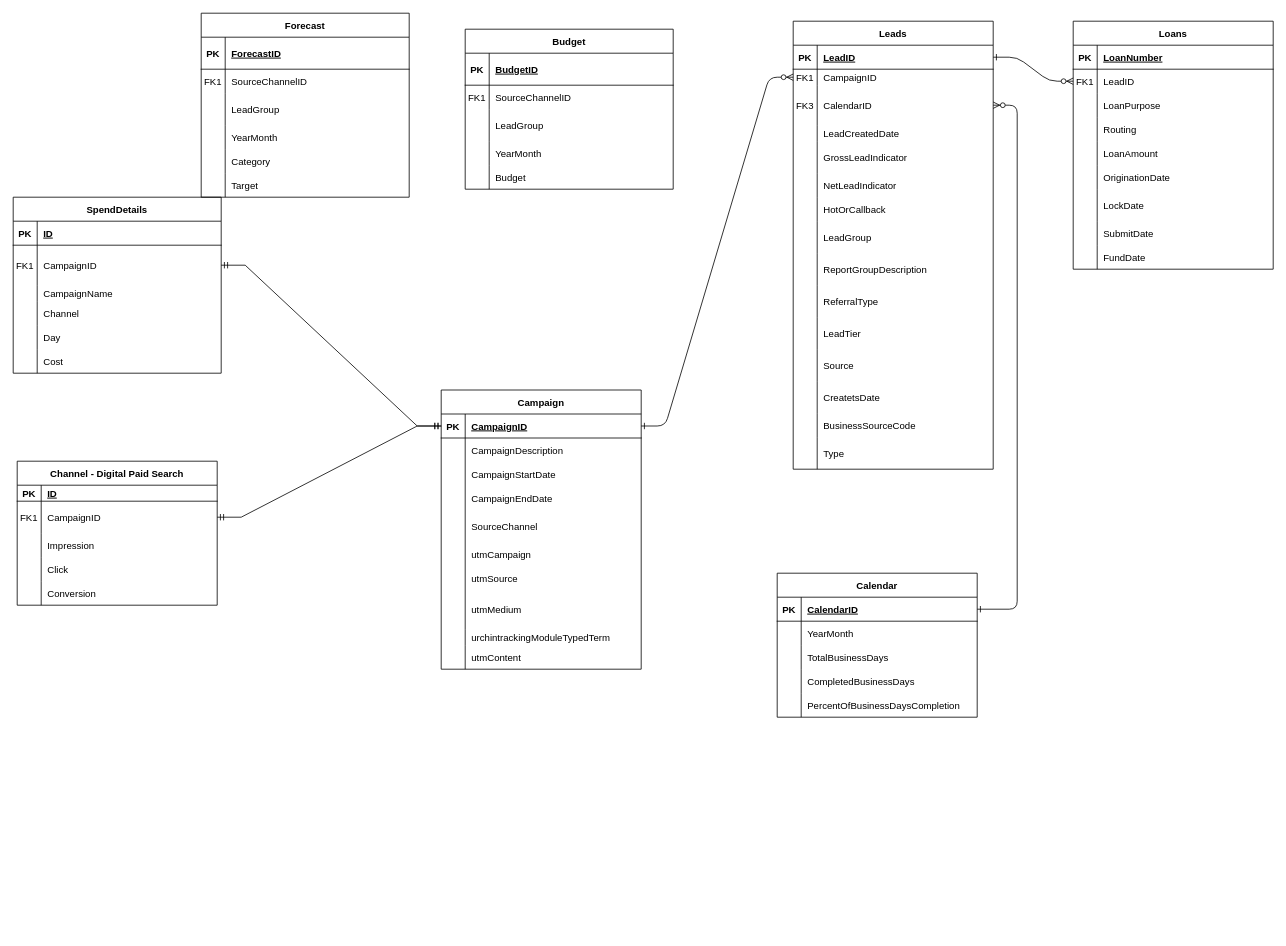
Above: page "Revised Version - July 17" (2 of 3) of Untitled Diagram.drawio in Dharani-18/CODEKATA (draw.io), before the change. Source tidied: cells renumbered, new cells numbered last; positions are measured from the earlier drawing's top-left corner, leaving out a move shared by most shapes. Both pictures are drawn from the tidied source at 80%, with x=0, y=0 at pixel (13, 13).
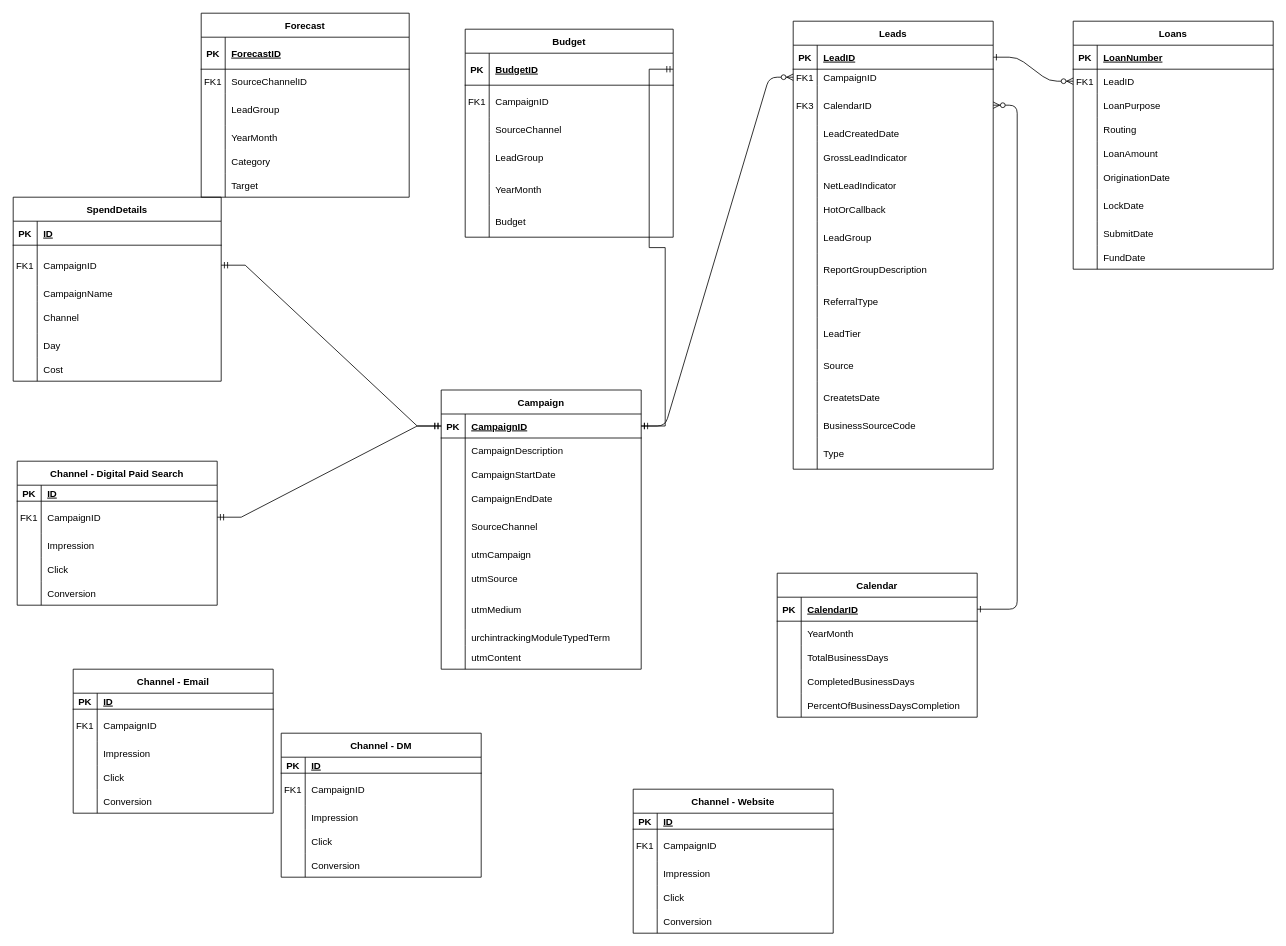
After the change.

The change refers to these unchanged cells:
```xml
<mxCell id="149" style="shape=partialRectangle;fillColor=none;points=[[0,0.5],[1,0.5]];portConstraint=eastwest;top=0;left=0;right=0;bottom=1;" parent="148" vertex="1">
  <mxGeometry y="30" width="250" height="30" as="geometry" />
</mxCell>
```

Change to the diagram source:
```diff
@@
-    <mxCell id="18" value="Budget" style="shape=table;startSize=30;childLayout=tableLayout;rowLines=0;fontStyle=1;align=center;" parent="1" vertex="1">
-      <mxGeometry x="565" y="20" width="260" height="200" as="geometry" />
-    </mxCell>
-    <mxCell id="19" style="shape=partialRectangle;fillColor=none;points=[[0,0.5],[1,0.5]];portConstraint=eastwest;top=0;left=0;right=0;bottom=1;" parent="18" vertex="1">
-      <mxGeometry y="30" width="260" height="40" as="geometry" />
-    </mxCell>
-    <mxCell id="20" value="PK" style="shape=partialRectangle;overflow=hidden;fillColor=none;top=0;left=0;bottom=0;right=0;fontStyle=1;" parent="19" vertex="1">
-      <mxGeometry width="30" height="40" as="geometry" />
-    </mxCell>
-    <mxCell id="21" value="BudgetID" style="shape=partialRectangle;overflow=hidden;fillColor=none;top=0;left=0;bottom=0;right=0;align=left;spacingLeft=6;fontStyle=5;" parent="19" vertex="1">
-      <mxGeometry x="30" width="230" height="40" as="geometry" />
-    </mxCell>
-    <mxCell id="22" style="shape=partialRectangle;fillColor=none;top=0;left=0;right=0;bottom=0;" parent="18" vertex="1">
-      <mxGeometry y="70" width="260" height="30" as="geometry" />
-    </mxCell>
-    <mxCell id="23" value="FK1" style="shape=partialRectangle;overflow=hidden;fillColor=none;top=0;left=0;bottom=0;right=0;" parent="22" vertex="1">
-      <mxGeometry width="30" height="30" as="geometry" />
-    </mxCell>
-    <mxCell id="24" value="SourceChannelID" style="shape=partialRectangle;overflow=hidden;fillColor=none;top=0;left=0;bottom=0;right=0;align=left;spacingLeft=6;" parent="22" vertex="1">
-      <mxGeometry x="30" width="230" height="30" as="geometry" />
-    </mxCell>
-    <mxCell id="25" style="shape=partialRectangle;fillColor=none;top=0;left=0;right=0;bottom=0;" parent="18" vertex="1">
-      <mxGeometry y="100" width="260" height="40" as="geometry" />
-    </mxCell>
-    <mxCell id="26" style="shape=partialRectangle;overflow=hidden;fillColor=none;top=0;left=0;bottom=0;right=0;" parent="25" vertex="1">
-      <mxGeometry width="30" height="40" as="geometry" />
-    </mxCell>
-    <mxCell id="27" value="LeadGroup" style="shape=partialRectangle;overflow=hidden;fillColor=none;top=0;left=0;bottom=0;right=0;align=left;spacingLeft=6;" parent="25" vertex="1">
-      <mxGeometry x="30" width="230" height="40" as="geometry" />
-    </mxCell>
-    <mxCell id="28" style="shape=partialRectangle;fillColor=none;top=0;left=0;right=0;bottom=0;" parent="18" vertex="1">
-      <mxGeometry y="140" width="260" height="30" as="geometry" />
-    </mxCell>
-    <mxCell id="29" style="shape=partialRectangle;overflow=hidden;fillColor=none;top=0;left=0;bottom=0;right=0;" parent="28" vertex="1">
-      <mxGeometry width="30" height="30" as="geometry" />
-    </mxCell>
-    <mxCell id="30" value="YearMonth" style="shape=partialRectangle;overflow=hidden;fillColor=none;top=0;left=0;bottom=0;right=0;align=left;spacingLeft=6;" parent="28" vertex="1">
-      <mxGeometry x="30" width="230" height="30" as="geometry" />
-    </mxCell>
-    <mxCell id="31" style="shape=partialRectangle;fillColor=none;top=0;left=0;right=0;bottom=0;" parent="18" vertex="1">
-      <mxGeometry y="170" width="260" height="30" as="geometry" />
-    </mxCell>
-    <mxCell id="32" style="shape=partialRectangle;overflow=hidden;fillColor=none;top=0;left=0;bottom=0;right=0;" parent="31" vertex="1">
-      <mxGeometry width="30" height="30" as="geometry" />
-    </mxCell>
-    <mxCell id="33" value="Budget" style="shape=partialRectangle;overflow=hidden;fillColor=none;top=0;left=0;bottom=0;right=0;align=left;spacingLeft=6;" parent="31" vertex="1">
-      <mxGeometry x="30" width="230" height="30" as="geometry" />
-    </mxCell>
@@
+    <mxCell id="18" value="Budget" style="shape=table;startSize=30;childLayout=tableLayout;rowLines=0;fontStyle=1;align=center;" parent="1" vertex="1">
+      <mxGeometry x="565" y="20" width="260" height="260" as="geometry" />
+    </mxCell>
+    <mxCell id="19" style="shape=partialRectangle;fillColor=none;points=[[0,0.5],[1,0.5]];portConstraint=eastwest;top=0;left=0;right=0;bottom=1;" parent="18" vertex="1">
+      <mxGeometry y="30" width="260" height="40" as="geometry" />
+    </mxCell>
+    <mxCell id="20" value="PK" style="shape=partialRectangle;overflow=hidden;fillColor=none;top=0;left=0;bottom=0;right=0;fontStyle=1;" parent="19" vertex="1">
+      <mxGeometry width="30" height="40" as="geometry" />
+    </mxCell>
+    <mxCell id="21" value="BudgetID" style="shape=partialRectangle;overflow=hidden;fillColor=none;top=0;left=0;bottom=0;right=0;align=left;spacingLeft=6;fontStyle=5;" parent="19" vertex="1">
+      <mxGeometry x="30" width="230" height="40" as="geometry" />
+    </mxCell>
+    <mxCell id="198" style="shape=partialRectangle;fillColor=none;top=0;left=0;right=0;bottom=0;" parent="18" vertex="1">
+      <mxGeometry y="70" width="260" height="40" as="geometry" />
+    </mxCell>
+    <mxCell id="199" value="FK1" style="shape=partialRectangle;overflow=hidden;fillColor=none;top=0;left=0;bottom=0;right=0;" parent="198" vertex="1">
+      <mxGeometry width="30" height="40" as="geometry" />
+    </mxCell>
+    <mxCell id="200" value="CampaignID" style="shape=partialRectangle;overflow=hidden;fillColor=none;top=0;left=0;bottom=0;right=0;align=left;spacingLeft=6;" parent="198" vertex="1">
+      <mxGeometry x="30" width="230" height="40" as="geometry" />
+    </mxCell>
+    <mxCell id="22" style="shape=partialRectangle;fillColor=none;top=0;left=0;right=0;bottom=0;" parent="18" vertex="1">
+      <mxGeometry y="110" width="260" height="30" as="geometry" />
+    </mxCell>
+    <mxCell id="23" style="shape=partialRectangle;overflow=hidden;fillColor=none;top=0;left=0;bottom=0;right=0;" parent="22" vertex="1">
+      <mxGeometry width="30" height="30" as="geometry" />
+    </mxCell>
+    <mxCell id="24" value="SourceChannel" style="shape=partialRectangle;overflow=hidden;fillColor=none;top=0;left=0;bottom=0;right=0;align=left;spacingLeft=6;" parent="22" vertex="1">
+      <mxGeometry x="30" width="230" height="30" as="geometry" />
+    </mxCell>
+    <mxCell id="25" style="shape=partialRectangle;fillColor=none;top=0;left=0;right=0;bottom=0;" parent="18" vertex="1">
+      <mxGeometry y="140" width="260" height="40" as="geometry" />
+    </mxCell>
+    <mxCell id="26" style="shape=partialRectangle;overflow=hidden;fillColor=none;top=0;left=0;bottom=0;right=0;" parent="25" vertex="1">
+      <mxGeometry width="30" height="40" as="geometry" />
+    </mxCell>
+    <mxCell id="27" value="LeadGroup" style="shape=partialRectangle;overflow=hidden;fillColor=none;top=0;left=0;bottom=0;right=0;align=left;spacingLeft=6;" parent="25" vertex="1">
+      <mxGeometry x="30" width="230" height="40" as="geometry" />
+    </mxCell>
+    <mxCell id="28" style="shape=partialRectangle;fillColor=none;top=0;left=0;right=0;bottom=0;" parent="18" vertex="1">
+      <mxGeometry y="180" width="260" height="40" as="geometry" />
+    </mxCell>
+    <mxCell id="29" style="shape=partialRectangle;overflow=hidden;fillColor=none;top=0;left=0;bottom=0;right=0;" parent="28" vertex="1">
+      <mxGeometry width="30" height="40" as="geometry" />
+    </mxCell>
+    <mxCell id="30" value="YearMonth" style="shape=partialRectangle;overflow=hidden;fillColor=none;top=0;left=0;bottom=0;right=0;align=left;spacingLeft=6;" parent="28" vertex="1">
+      <mxGeometry x="30" width="230" height="40" as="geometry" />
+    </mxCell>
+    <mxCell id="31" style="shape=partialRectangle;fillColor=none;top=0;left=0;right=0;bottom=0;" parent="18" vertex="1">
+      <mxGeometry y="220" width="260" height="40" as="geometry" />
+    </mxCell>
+    <mxCell id="32" style="shape=partialRectangle;overflow=hidden;fillColor=none;top=0;left=0;bottom=0;right=0;" parent="31" vertex="1">
+      <mxGeometry width="30" height="40" as="geometry" />
+    </mxCell>
+    <mxCell id="33" value="Budget" style="shape=partialRectangle;overflow=hidden;fillColor=none;top=0;left=0;bottom=0;right=0;align=left;spacingLeft=6;" parent="31" vertex="1">
+      <mxGeometry x="30" width="230" height="40" as="geometry" />
+    </mxCell>
@@
     <mxCell id="127" value="SpendDetails" style="shape=table;startSize=30;childLayout=tableLayout;rowLines=0;fontStyle=1;align=center;" parent="1" vertex="1">
-      <mxGeometry y="230" width="260" height="220" as="geometry" />
+      <mxGeometry y="230" width="260" height="230" as="geometry" />
     </mxCell>
@@
     <mxCell id="137" style="shape=partialRectangle;fillColor=none;top=0;left=0;right=0;bottom=0;" parent="127" vertex="1">
-      <mxGeometry y="130" width="260" height="30" as="geometry" />
+      <mxGeometry y="130" width="260" height="40" as="geometry" />
     </mxCell>
     <mxCell id="138" style="shape=partialRectangle;overflow=hidden;fillColor=none;top=0;left=0;bottom=0;right=0;" parent="137" vertex="1">
-      <mxGeometry width="30" height="30" as="geometry" />
+      <mxGeometry width="30" height="40" as="geometry" />
     </mxCell>
     <mxCell id="139" value="Channel" style="shape=partialRectangle;overflow=hidden;fillColor=none;top=0;left=0;bottom=0;right=0;align=left;spacingLeft=6;" parent="137" vertex="1">
-      <mxGeometry x="30" width="230" height="30" as="geometry" />
+      <mxGeometry x="30" width="230" height="40" as="geometry" />
     </mxCell>
     <mxCell id="140" style="shape=partialRectangle;fillColor=none;top=0;left=0;right=0;bottom=0;" parent="127" vertex="1">
-      <mxGeometry y="160" width="260" height="30" as="geometry" />
+      <mxGeometry y="170" width="260" height="30" as="geometry" />
     </mxCell>
@@
     <mxCell id="143" style="shape=partialRectangle;fillColor=none;top=0;left=0;right=0;bottom=0;" parent="127" vertex="1">
-      <mxGeometry y="190" width="260" height="30" as="geometry" />
+      <mxGeometry y="200" width="260" height="30" as="geometry" />
     </mxCell>
@@
+    <mxCell id="201" value="Channel - Email" style="shape=table;startSize=30;childLayout=tableLayout;rowLines=0;fontStyle=1;align=center;" parent="1" vertex="1">
+      <mxGeometry x="75" y="820" width="250" height="180" as="geometry" />
+    </mxCell>
+    <mxCell id="202" style="shape=partialRectangle;fillColor=none;top=0;left=0;right=0;bottom=1;" parent="201" vertex="1">
+      <mxGeometry y="30" width="250" height="20" as="geometry" />
+    </mxCell>
+    <mxCell id="203" value="PK" style="shape=partialRectangle;overflow=hidden;fillColor=none;top=0;left=0;bottom=0;right=0;fontStyle=1;" parent="202" vertex="1">
+      <mxGeometry width="30" height="20" as="geometry" />
+    </mxCell>
+    <mxCell id="204" value="ID" style="shape=partialRectangle;overflow=hidden;fillColor=none;top=0;left=0;bottom=0;right=0;align=left;spacingLeft=6;fontStyle=5;" parent="202" vertex="1">
+      <mxGeometry x="30" width="220" height="20" as="geometry" />
+    </mxCell>
+    <mxCell id="205" style="shape=partialRectangle;fillColor=none;top=0;left=0;right=0;bottom=0;" parent="201" vertex="1">
+      <mxGeometry y="50" width="250" height="40" as="geometry" />
+    </mxCell>
+    <mxCell id="206" value="FK1" style="shape=partialRectangle;overflow=hidden;fillColor=none;top=0;left=0;bottom=0;right=0;" parent="205" vertex="1">
+      <mxGeometry width="30" height="40" as="geometry" />
+    </mxCell>
+    <mxCell id="207" value="CampaignID" style="shape=partialRectangle;overflow=hidden;fillColor=none;top=0;left=0;bottom=0;right=0;align=left;spacingLeft=6;" parent="205" vertex="1">
+      <mxGeometry x="30" width="220" height="40" as="geometry" />
+    </mxCell>
+    <mxCell id="208" style="shape=partialRectangle;fillColor=none;top=0;left=0;right=0;bottom=0;" parent="201" vertex="1">
+      <mxGeometry y="90" width="250" height="30" as="geometry" />
+    </mxCell>
+    <mxCell id="209" style="shape=partialRectangle;overflow=hidden;fillColor=none;top=0;left=0;bottom=0;right=0;" parent="208" vertex="1">
+      <mxGeometry width="30" height="30" as="geometry" />
+    </mxCell>
+    <mxCell id="210" value="Impression" style="shape=partialRectangle;overflow=hidden;fillColor=none;top=0;left=0;bottom=0;right=0;align=left;spacingLeft=6;" parent="208" vertex="1">
+      <mxGeometry x="30" width="220" height="30" as="geometry" />
+    </mxCell>
+    <mxCell id="211" style="shape=partialRectangle;fillColor=none;top=0;left=0;right=0;bottom=0;" parent="201" vertex="1">
+      <mxGeometry y="120" width="250" height="30" as="geometry" />
+    </mxCell>
+    <mxCell id="212" style="shape=partialRectangle;overflow=hidden;fillColor=none;top=0;left=0;bottom=0;right=0;" parent="211" vertex="1">
+      <mxGeometry width="30" height="30" as="geometry" />
+    </mxCell>
+    <mxCell id="213" value="Click" style="shape=partialRectangle;overflow=hidden;fillColor=none;top=0;left=0;bottom=0;right=0;align=left;spacingLeft=6;" parent="211" vertex="1">
+      <mxGeometry x="30" width="220" height="30" as="geometry" />
+    </mxCell>
+    <mxCell id="214" style="shape=partialRectangle;fillColor=none;top=0;left=0;right=0;bottom=0;" parent="201" vertex="1">
+      <mxGeometry y="150" width="250" height="30" as="geometry" />
+    </mxCell>
+    <mxCell id="215" style="shape=partialRectangle;overflow=hidden;fillColor=none;top=0;left=0;bottom=0;right=0;" parent="214" vertex="1">
+      <mxGeometry width="30" height="30" as="geometry" />
+    </mxCell>
+    <mxCell id="216" value="Conversion" style="shape=partialRectangle;overflow=hidden;fillColor=none;top=0;left=0;bottom=0;right=0;align=left;spacingLeft=6;" parent="214" vertex="1">
+      <mxGeometry x="30" width="220" height="30" as="geometry" />
+    </mxCell>
+    <mxCell id="217" value="Channel - DM" style="shape=table;startSize=30;childLayout=tableLayout;rowLines=0;fontStyle=1;align=center;" parent="1" vertex="1">
+      <mxGeometry x="335" y="900" width="250" height="180" as="geometry" />
+    </mxCell>
+    <mxCell id="218" style="shape=partialRectangle;fillColor=none;top=0;left=0;right=0;bottom=1;" parent="217" vertex="1">
+      <mxGeometry y="30" width="250" height="20" as="geometry" />
+    </mxCell>
+    <mxCell id="219" value="PK" style="shape=partialRectangle;overflow=hidden;fillColor=none;top=0;left=0;bottom=0;right=0;fontStyle=1;" parent="218" vertex="1">
+      <mxGeometry width="30" height="20" as="geometry" />
+    </mxCell>
+    <mxCell id="220" value="ID" style="shape=partialRectangle;overflow=hidden;fillColor=none;top=0;left=0;bottom=0;right=0;align=left;spacingLeft=6;fontStyle=5;" parent="218" vertex="1">
+      <mxGeometry x="30" width="220" height="20" as="geometry" />
+    </mxCell>
+    <mxCell id="221" style="shape=partialRectangle;fillColor=none;top=0;left=0;right=0;bottom=0;" parent="217" vertex="1">
+      <mxGeometry y="50" width="250" height="40" as="geometry" />
+    </mxCell>
+    <mxCell id="222" value="FK1" style="shape=partialRectangle;overflow=hidden;fillColor=none;top=0;left=0;bottom=0;right=0;" parent="221" vertex="1">
+      <mxGeometry width="30" height="40" as="geometry" />
+    </mxCell>
+    <mxCell id="223" value="CampaignID" style="shape=partialRectangle;overflow=hidden;fillColor=none;top=0;left=0;bottom=0;right=0;align=left;spacingLeft=6;" parent="221" vertex="1">
+      <mxGeometry x="30" width="220" height="40" as="geometry" />
+    </mxCell>
+    <mxCell id="224" style="shape=partialRectangle;fillColor=none;top=0;left=0;right=0;bottom=0;" parent="217" vertex="1">
+      <mxGeometry y="90" width="250" height="30" as="geometry" />
+    </mxCell>
+    <mxCell id="225" style="shape=partialRectangle;overflow=hidden;fillColor=none;top=0;left=0;bottom=0;right=0;" parent="224" vertex="1">
+      <mxGeometry width="30" height="30" as="geometry" />
+    </mxCell>
+    <mxCell id="226" value="Impression" style="shape=partialRectangle;overflow=hidden;fillColor=none;top=0;left=0;bottom=0;right=0;align=left;spacingLeft=6;" parent="224" vertex="1">
+      <mxGeometry x="30" width="220" height="30" as="geometry" />
+    </mxCell>
+    <mxCell id="227" style="shape=partialRectangle;fillColor=none;top=0;left=0;right=0;bottom=0;" parent="217" vertex="1">
+      <mxGeometry y="120" width="250" height="30" as="geometry" />
+    </mxCell>
+    <mxCell id="228" style="shape=partialRectangle;overflow=hidden;fillColor=none;top=0;left=0;bottom=0;right=0;" parent="227" vertex="1">
+      <mxGeometry width="30" height="30" as="geometry" />
+    </mxCell>
+    <mxCell id="229" value="Click" style="shape=partialRectangle;overflow=hidden;fillColor=none;top=0;left=0;bottom=0;right=0;align=left;spacingLeft=6;" parent="227" vertex="1">
+      <mxGeometry x="30" width="220" height="30" as="geometry" />
+    </mxCell>
+    <mxCell id="230" style="shape=partialRectangle;fillColor=none;top=0;left=0;right=0;bottom=0;" parent="217" vertex="1">
+      <mxGeometry y="150" width="250" height="30" as="geometry" />
+    </mxCell>
+    <mxCell id="231" style="shape=partialRectangle;overflow=hidden;fillColor=none;top=0;left=0;bottom=0;right=0;" parent="230" vertex="1">
+      <mxGeometry width="30" height="30" as="geometry" />
+    </mxCell>
+    <mxCell id="232" value="Conversion" style="shape=partialRectangle;overflow=hidden;fillColor=none;top=0;left=0;bottom=0;right=0;align=left;spacingLeft=6;" parent="230" vertex="1">
+      <mxGeometry x="30" width="220" height="30" as="geometry" />
+    </mxCell>
+    <mxCell id="233" value="Channel - Website" style="shape=table;startSize=30;childLayout=tableLayout;rowLines=0;fontStyle=1;align=center;" parent="1" vertex="1">
+      <mxGeometry x="775" y="970" width="250" height="180" as="geometry" />
+    </mxCell>
+    <mxCell id="234" style="shape=partialRectangle;fillColor=none;top=0;left=0;right=0;bottom=1;" parent="233" vertex="1">
+      <mxGeometry y="30" width="250" height="20" as="geometry" />
+    </mxCell>
+    <mxCell id="235" value="PK" style="shape=partialRectangle;overflow=hidden;fillColor=none;top=0;left=0;bottom=0;right=0;fontStyle=1;" parent="234" vertex="1">
+      <mxGeometry width="30" height="20" as="geometry" />
+    </mxCell>
+    <mxCell id="236" value="ID" style="shape=partialRectangle;overflow=hidden;fillColor=none;top=0;left=0;bottom=0;right=0;align=left;spacingLeft=6;fontStyle=5;" parent="234" vertex="1">
+      <mxGeometry x="30" width="220" height="20" as="geometry" />
+    </mxCell>
+    <mxCell id="237" style="shape=partialRectangle;fillColor=none;top=0;left=0;right=0;bottom=0;" parent="233" vertex="1">
+      <mxGeometry y="50" width="250" height="40" as="geometry" />
+    </mxCell>
+    <mxCell id="238" value="FK1" style="shape=partialRectangle;overflow=hidden;fillColor=none;top=0;left=0;bottom=0;right=0;" parent="237" vertex="1">
+      <mxGeometry width="30" height="40" as="geometry" />
+    </mxCell>
+    <mxCell id="239" value="CampaignID" style="shape=partialRectangle;overflow=hidden;fillColor=none;top=0;left=0;bottom=0;right=0;align=left;spacingLeft=6;" parent="237" vertex="1">
+      <mxGeometry x="30" width="220" height="40" as="geometry" />
+    </mxCell>
+    <mxCell id="240" style="shape=partialRectangle;fillColor=none;top=0;left=0;right=0;bottom=0;" parent="233" vertex="1">
+      <mxGeometry y="90" width="250" height="30" as="geometry" />
+    </mxCell>
+    <mxCell id="241" style="shape=partialRectangle;overflow=hidden;fillColor=none;top=0;left=0;bottom=0;right=0;" parent="240" vertex="1">
+      <mxGeometry width="30" height="30" as="geometry" />
+    </mxCell>
+    <mxCell id="242" value="Impression" style="shape=partialRectangle;overflow=hidden;fillColor=none;top=0;left=0;bottom=0;right=0;align=left;spacingLeft=6;" parent="240" vertex="1">
+      <mxGeometry x="30" width="220" height="30" as="geometry" />
+    </mxCell>
+    <mxCell id="243" style="shape=partialRectangle;fillColor=none;top=0;left=0;right=0;bottom=0;" parent="233" vertex="1">
+      <mxGeometry y="120" width="250" height="30" as="geometry" />
+    </mxCell>
+    <mxCell id="244" style="shape=partialRectangle;overflow=hidden;fillColor=none;top=0;left=0;bottom=0;right=0;" parent="243" vertex="1">
+      <mxGeometry width="30" height="30" as="geometry" />
+    </mxCell>
+    <mxCell id="245" value="Click" style="shape=partialRectangle;overflow=hidden;fillColor=none;top=0;left=0;bottom=0;right=0;align=left;spacingLeft=6;" parent="243" vertex="1">
+      <mxGeometry x="30" width="220" height="30" as="geometry" />
+    </mxCell>
+    <mxCell id="246" style="shape=partialRectangle;fillColor=none;top=0;left=0;right=0;bottom=0;" parent="233" vertex="1">
+      <mxGeometry y="150" width="250" height="30" as="geometry" />
+    </mxCell>
+    <mxCell id="247" style="shape=partialRectangle;overflow=hidden;fillColor=none;top=0;left=0;bottom=0;right=0;" parent="246" vertex="1">
+      <mxGeometry width="30" height="30" as="geometry" />
+    </mxCell>
+    <mxCell id="248" value="Conversion" style="shape=partialRectangle;overflow=hidden;fillColor=none;top=0;left=0;bottom=0;right=0;align=left;spacingLeft=6;" parent="246" vertex="1">
+      <mxGeometry x="30" width="220" height="30" as="geometry" />
+    </mxCell>
+    <mxCell id="249" style="edgeStyle=entityRelationEdgeStyle;fontSize=12;html=1;endArrow=ERmandOne;startArrow=ERmandOne;rounded=0;entryX=1;entryY=0.5;entryDx=0;entryDy=0;exitX=1;exitY=0.5;exitDx=0;exitDy=0;" parent="1" edge="1" source="149" target="19">
+      <mxGeometry relative="1" as="geometry" />
+    </mxCell>
```
